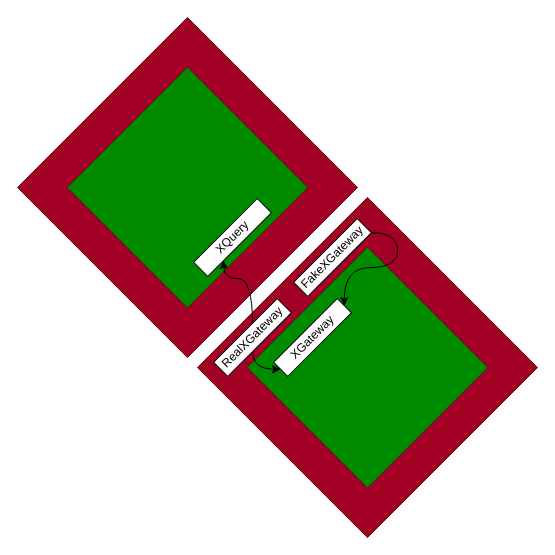
The draw.io diagram page "Page-4" (4 of 4) of archi.dio in Atalykis/JDR-Project-back, before the edit. Source tidied: cells renumbered, new cells numbered last; positions are measured from the earlier drawing's top-left corner, leaving out a move shared by most shapes. Both pictures are drawn from the tidied source at 100%, with x=0, y=0 at pixel (17, 17).
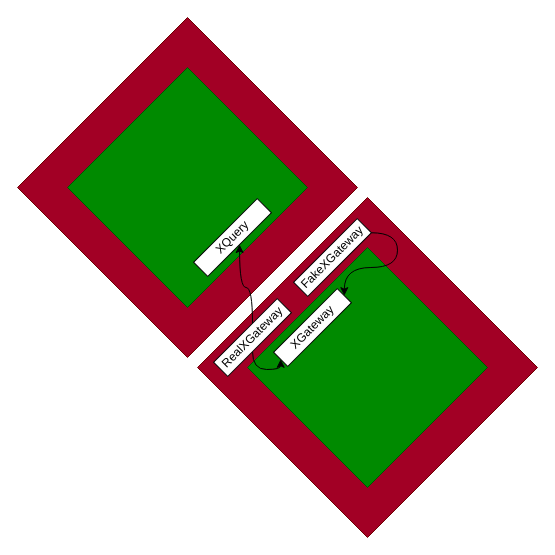
The same diagram, later.

Diff of the diagram source:
```diff
@@
 <mxGraphModel>
   <root>
     <mxCell id="0" />
     <mxCell id="1" parent="0" />
     <mxCell id="2" style="rhombus;whiteSpace=wrap;html=1;fillColor=#a20025;strokeColor=#6F0000;fontColor=#ffffff;" parent="1" vertex="1">
       <mxGeometry width="340" height="340" as="geometry" />
     </mxCell>
     <mxCell id="3" style="rhombus;whiteSpace=wrap;html=1;fillColor=#008a00;strokeColor=#005700;fontColor=#ffffff;" parent="1" vertex="1">
       <mxGeometry x="50" y="50" width="240" height="240" as="geometry" />
     </mxCell>
     <mxCell id="4" style="rhombus;whiteSpace=wrap;html=1;fillColor=#a20025;strokeColor=#6F0000;fontColor=#ffffff;" parent="1" vertex="1">
       <mxGeometry x="180" y="180" width="340" height="340" as="geometry" />
     </mxCell>
     <mxCell id="5" style="rhombus;whiteSpace=wrap;html=1;fillColor=#008a00;strokeColor=#005700;fontColor=#ffffff;" parent="1" vertex="1">
       <mxGeometry x="230" y="230" width="240" height="240" as="geometry" />
     </mxCell>
     <mxCell id="6" style="edgeStyle=orthogonalEdgeStyle;curved=1;rounded=0;jettySize=auto;html=1;entryX=1;entryY=0.5;entryDx=0;entryDy=0;exitX=1;exitY=1;exitDx=0;exitDy=0;" parent="1" edge="1" source="7" target="8">
       <mxGeometry relative="1" as="geometry">
         <Array as="points">
           <mxPoint x="380" y="215" />
           <mxPoint x="380" y="250" />
           <mxPoint x="327" y="250" />
         </Array>
       </mxGeometry>
     </mxCell>
     <mxCell id="7" value="FakeXGateway" style="rounded=0;whiteSpace=wrap;html=1;rotation=-45;" parent="1" vertex="1">
       <mxGeometry x="270" y="230" width="90" height="20" as="geometry" />
     </mxCell>
     <mxCell id="8" value="XGateway" style="rounded=0;whiteSpace=wrap;html=1;rotation=-45;" parent="1" vertex="1">
-      <mxGeometry x="250" y="310" width="90" height="20" as="geometry" />
+      <mxGeometry x="250" y="300" width="90" height="20" as="geometry" />
     </mxCell>
     <mxCell id="9" value="XQuery" style="rounded=0;whiteSpace=wrap;html=1;rotation=-45;" parent="1" vertex="1">
       <mxGeometry x="170" y="210" width="90" height="20" as="geometry" />
     </mxCell>
-    <mxCell id="10" style="edgeStyle=orthogonalEdgeStyle;curved=1;rounded=0;jettySize=auto;html=1;entryX=0.25;entryY=1;entryDx=0;entryDy=0;" parent="1" edge="1" source="12" target="9">
-      <mxGeometry relative="1" as="geometry" />
+    <mxCell id="10" style="edgeStyle=orthogonalEdgeStyle;curved=1;rounded=0;jettySize=auto;html=1;entryX=0.5;entryY=1;entryDx=0;entryDy=0;" parent="1" edge="1" source="12" target="9">
+      <mxGeometry relative="1" as="geometry">
+        <Array as="points">
+          <mxPoint x="235" y="270" />
+          <mxPoint x="222" y="270" />
+        </Array>
+      </mxGeometry>
     </mxCell>
     <mxCell id="11" style="edgeStyle=orthogonalEdgeStyle;curved=1;rounded=0;jettySize=auto;html=1;entryX=0;entryY=0.5;entryDx=0;entryDy=0;" parent="1" edge="1" source="12" target="8">
       <mxGeometry relative="1" as="geometry">
         <Array as="points">
           <mxPoint x="235" y="352" />
         </Array>
       </mxGeometry>
     </mxCell>
     <mxCell id="12" value="RealXGateway" style="rounded=0;whiteSpace=wrap;html=1;rotation=-45;" parent="1" vertex="1">
       <mxGeometry x="190" y="310" width="90" height="20" as="geometry" />
     </mxCell>
   </root>
 </mxGraphModel>
```
